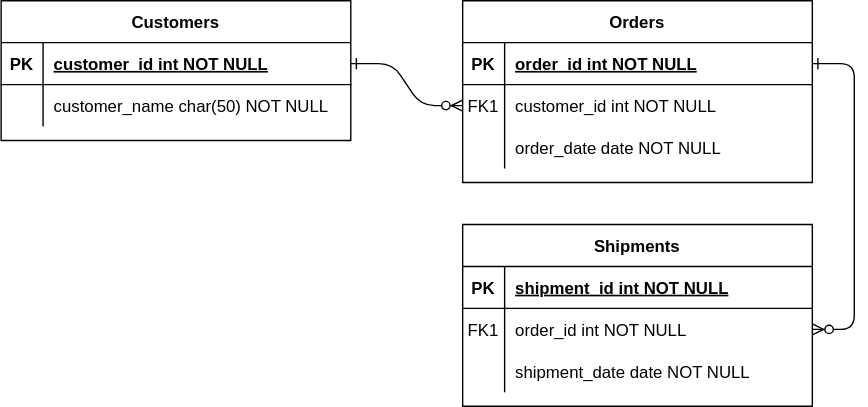
Above: document/borad-project-erd.svg in juhwan-Ki/board-project (draw.io), before the change. Source tidied: cells renumbered, new cells last; positions are measured from the earlier drawing's top-left corner, leaving out a move shared by most shapes. Source of this version:
```xml
<mxGraphModel>
  <root>
    <mxCell id="0" />
    <mxCell id="1" parent="0" />
    <mxCell id="2" style="edgeStyle=entityRelationEdgeStyle;endArrow=ERzeroToMany;startArrow=ERone;endFill=1;startFill=0;" parent="1" edge="1" source="25" target="8">
      <mxGeometry relative="1" as="geometry" />
    </mxCell>
    <mxCell id="3" style="edgeStyle=entityRelationEdgeStyle;endArrow=ERzeroToMany;startArrow=ERone;endFill=1;startFill=0;" parent="1" edge="1" source="5" target="18">
      <mxGeometry relative="1" as="geometry" />
    </mxCell>
    <mxCell id="4" value="Orders" style="shape=table;startSize=30;rowLines=0;fontStyle=1;align=center;" parent="1" vertex="1">
      <mxGeometry x="330" width="250" height="130" as="geometry" />
    </mxCell>
    <mxCell id="5" style="shape=partialRectangle;fillColor=none;points=[[0,0.5],[1,0.5]];portConstraint=eastwest;top=0;left=0;right=0;bottom=1;" parent="4" vertex="1">
      <mxGeometry y="30" width="250" height="30" as="geometry" />
    </mxCell>
    <mxCell id="6" value="PK" style="shape=partialRectangle;overflow=hidden;fillColor=none;top=0;left=0;bottom=0;right=0;fontStyle=1;" parent="5" vertex="1">
      <mxGeometry width="30" height="30" as="geometry" />
    </mxCell>
    <mxCell id="7" value="order_id int NOT NULL " style="shape=partialRectangle;overflow=hidden;fillColor=none;top=0;left=0;bottom=0;right=0;align=left;spacingLeft=6;fontStyle=5;" parent="5" vertex="1">
      <mxGeometry x="30" width="220" height="30" as="geometry" />
    </mxCell>
    <mxCell id="8" style="shape=partialRectangle;fillColor=none;points=[[0,0.5],[1,0.5]];portConstraint=eastwest;top=0;left=0;right=0;bottom=0;" parent="4" vertex="1">
      <mxGeometry y="60" width="250" height="30" as="geometry" />
    </mxCell>
    <mxCell id="9" value="FK1" style="shape=partialRectangle;overflow=hidden;fillColor=none;top=0;left=0;bottom=0;right=0;" parent="8" vertex="1">
      <mxGeometry width="30" height="30" as="geometry" />
    </mxCell>
    <mxCell id="10" value="customer_id int NOT NULL" style="shape=partialRectangle;overflow=hidden;fillColor=none;top=0;left=0;bottom=0;right=0;align=left;spacingLeft=6;" parent="8" vertex="1">
      <mxGeometry x="30" width="220" height="30" as="geometry" />
    </mxCell>
    <mxCell id="11" style="shape=partialRectangle;fillColor=none;top=0;left=0;right=0;bottom=0;" parent="4" vertex="1">
      <mxGeometry y="90" width="250" height="30" as="geometry" />
    </mxCell>
    <mxCell id="12" style="shape=partialRectangle;overflow=hidden;fillColor=none;top=0;left=0;bottom=0;right=0;" parent="11" vertex="1">
      <mxGeometry width="30" height="30" as="geometry" />
    </mxCell>
    <mxCell id="13" value="order_date date NOT NULL" style="shape=partialRectangle;overflow=hidden;fillColor=none;top=0;left=0;bottom=0;right=0;align=left;spacingLeft=6;" parent="11" vertex="1">
      <mxGeometry x="30" width="220" height="30" as="geometry" />
    </mxCell>
    <mxCell id="14" value="Shipments" style="shape=table;startSize=30;rowLines=0;fontStyle=1;align=center;" parent="1" vertex="1">
      <mxGeometry x="330" y="160" width="250" height="130" as="geometry" />
    </mxCell>
    <mxCell id="15" style="shape=partialRectangle;fillColor=none;top=0;left=0;right=0;bottom=1;" parent="14" vertex="1">
      <mxGeometry y="30" width="250" height="30" as="geometry" />
    </mxCell>
    <mxCell id="16" value="PK" style="shape=partialRectangle;overflow=hidden;fillColor=none;top=0;left=0;bottom=0;right=0;fontStyle=1;" parent="15" vertex="1">
      <mxGeometry width="30" height="30" as="geometry" />
    </mxCell>
    <mxCell id="17" value="shipment_id int NOT NULL " style="shape=partialRectangle;overflow=hidden;fillColor=none;top=0;left=0;bottom=0;right=0;align=left;spacingLeft=6;fontStyle=5;" parent="15" vertex="1">
      <mxGeometry x="30" width="220" height="30" as="geometry" />
    </mxCell>
    <mxCell id="18" style="shape=partialRectangle;fillColor=none;points=[[0,0.5],[1,0.5]];portConstraint=eastwest;top=0;left=0;right=0;bottom=0;" parent="14" vertex="1">
      <mxGeometry y="60" width="250" height="30" as="geometry" />
    </mxCell>
    <mxCell id="19" value="FK1" style="shape=partialRectangle;overflow=hidden;fillColor=none;top=0;left=0;bottom=0;right=0;" parent="18" vertex="1">
      <mxGeometry width="30" height="30" as="geometry" />
    </mxCell>
    <mxCell id="20" value="order_id int NOT NULL" style="shape=partialRectangle;overflow=hidden;fillColor=none;top=0;left=0;bottom=0;right=0;align=left;spacingLeft=6;" parent="18" vertex="1">
      <mxGeometry x="30" width="220" height="30" as="geometry" />
    </mxCell>
    <mxCell id="21" style="shape=partialRectangle;fillColor=none;top=0;left=0;right=0;bottom=0;" parent="14" vertex="1">
      <mxGeometry y="90" width="250" height="30" as="geometry" />
    </mxCell>
    <mxCell id="22" style="shape=partialRectangle;overflow=hidden;fillColor=none;top=0;left=0;bottom=0;right=0;" parent="21" vertex="1">
      <mxGeometry width="30" height="30" as="geometry" />
    </mxCell>
    <mxCell id="23" value="shipment_date date NOT NULL" style="shape=partialRectangle;overflow=hidden;fillColor=none;top=0;left=0;bottom=0;right=0;align=left;spacingLeft=6;" parent="21" vertex="1">
      <mxGeometry x="30" width="220" height="30" as="geometry" />
    </mxCell>
    <mxCell id="24" value="Customers" style="shape=table;startSize=30;rowLines=0;fontStyle=1;align=center;" parent="1" vertex="1">
      <mxGeometry width="250" height="100" as="geometry" />
    </mxCell>
    <mxCell id="25" style="shape=partialRectangle;fillColor=none;points=[[0,0.5],[1,0.5]];portConstraint=eastwest;top=0;left=0;right=0;bottom=1;" parent="24" vertex="1">
      <mxGeometry y="30" width="250" height="30" as="geometry" />
    </mxCell>
    <mxCell id="26" value="PK" style="shape=partialRectangle;overflow=hidden;fillColor=none;top=0;left=0;bottom=0;right=0;fontStyle=1;" parent="25" vertex="1">
      <mxGeometry width="30" height="30" as="geometry" />
    </mxCell>
    <mxCell id="27" value="customer_id int NOT NULL " style="shape=partialRectangle;overflow=hidden;fillColor=none;top=0;left=0;bottom=0;right=0;align=left;spacingLeft=6;fontStyle=5;" parent="25" vertex="1">
      <mxGeometry x="30" width="220" height="30" as="geometry" />
    </mxCell>
    <mxCell id="28" style="shape=partialRectangle;fillColor=none;top=0;left=0;right=0;bottom=0;" parent="24" vertex="1">
      <mxGeometry y="60" width="250" height="30" as="geometry" />
    </mxCell>
    <mxCell id="29" style="shape=partialRectangle;overflow=hidden;fillColor=none;top=0;left=0;bottom=0;right=0;" parent="28" vertex="1">
      <mxGeometry width="30" height="30" as="geometry" />
    </mxCell>
    <mxCell id="30" value="customer_name char(50) NOT NULL" style="shape=partialRectangle;overflow=hidden;fillColor=none;top=0;left=0;bottom=0;right=0;align=left;spacingLeft=6;" parent="28" vertex="1">
      <mxGeometry x="30" width="220" height="30" as="geometry" />
    </mxCell>
  </root>
</mxGraphModel>
```
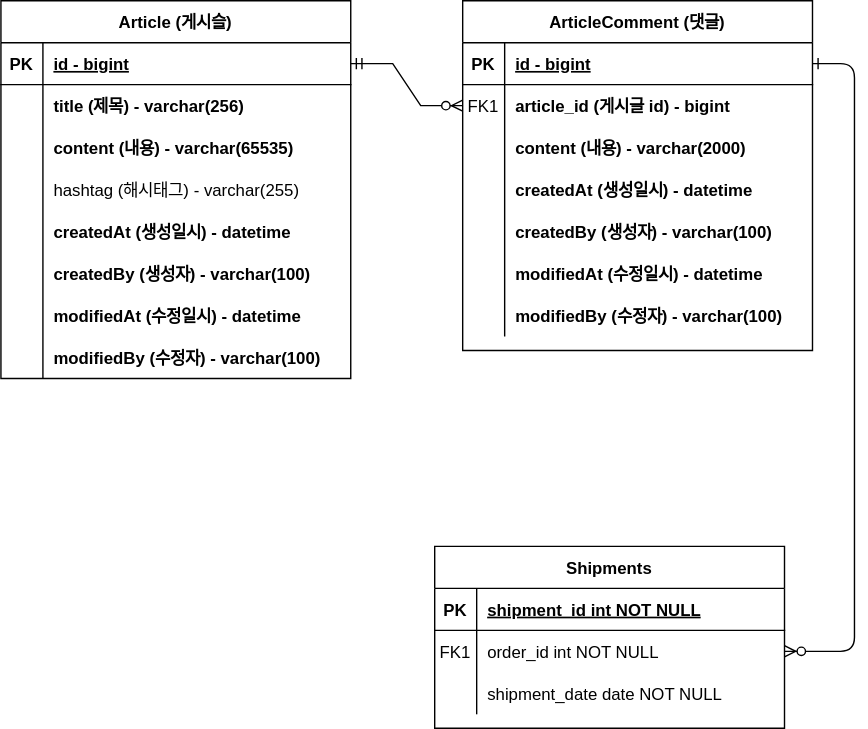
The same diagram one commit later.

Diff of the diagram source:
```diff
@@ -2,14 +2,11 @@
   <root>
     <mxCell id="0" />
     <mxCell id="1" parent="0" />
-    <mxCell id="2" style="edgeStyle=entityRelationEdgeStyle;endArrow=ERzeroToMany;startArrow=ERone;endFill=1;startFill=0;" parent="1" edge="1" source="25" target="8">
-      <mxGeometry relative="1" as="geometry" />
-    </mxCell>
     <mxCell id="3" style="edgeStyle=entityRelationEdgeStyle;endArrow=ERzeroToMany;startArrow=ERone;endFill=1;startFill=0;" parent="1" edge="1" source="5" target="18">
       <mxGeometry relative="1" as="geometry" />
     </mxCell>
-    <mxCell id="4" value="Orders" style="shape=table;startSize=30;rowLines=0;fontStyle=1;align=center;" parent="1" vertex="1">
-      <mxGeometry x="330" width="250" height="130" as="geometry" />
+    <mxCell id="4" value="ArticleComment (댓글)" style="shape=table;startSize=30;rowLines=0;fontStyle=1;align=center;" parent="1" vertex="1">
+      <mxGeometry x="330" width="250" height="250" as="geometry" />
     </mxCell>
     <mxCell id="5" style="shape=partialRectangle;fillColor=none;points=[[0,0.5],[1,0.5]];portConstraint=eastwest;top=0;left=0;right=0;bottom=1;" parent="4" vertex="1">
       <mxGeometry y="30" width="250" height="30" as="geometry" />
@@ -17,7 +14,7 @@
     <mxCell id="6" value="PK" style="shape=partialRectangle;overflow=hidden;fillColor=none;top=0;left=0;bottom=0;right=0;fontStyle=1;" parent="5" vertex="1">
       <mxGeometry width="30" height="30" as="geometry" />
     </mxCell>
-    <mxCell id="7" value="order_id int NOT NULL " style="shape=partialRectangle;overflow=hidden;fillColor=none;top=0;left=0;bottom=0;right=0;align=left;spacingLeft=6;fontStyle=5;" parent="5" vertex="1">
+    <mxCell id="7" value="id - bigint" style="shape=partialRectangle;overflow=hidden;fillColor=none;top=0;left=0;bottom=0;right=0;align=left;spacingLeft=6;fontStyle=5;" parent="5" vertex="1">
       <mxGeometry x="30" width="220" height="30" as="geometry" />
     </mxCell>
     <mxCell id="8" style="shape=partialRectangle;fillColor=none;points=[[0,0.5],[1,0.5]];portConstraint=eastwest;top=0;left=0;right=0;bottom=0;" parent="4" vertex="1">
@@ -26,7 +23,7 @@
     <mxCell id="9" value="FK1" style="shape=partialRectangle;overflow=hidden;fillColor=none;top=0;left=0;bottom=0;right=0;" parent="8" vertex="1">
       <mxGeometry width="30" height="30" as="geometry" />
     </mxCell>
-    <mxCell id="10" value="customer_id int NOT NULL" style="shape=partialRectangle;overflow=hidden;fillColor=none;top=0;left=0;bottom=0;right=0;align=left;spacingLeft=6;" parent="8" vertex="1">
+    <mxCell id="10" value="article_id (게시글 id) - bigint" style="shape=partialRectangle;overflow=hidden;fillColor=none;top=0;left=0;bottom=0;right=0;align=left;spacingLeft=6;fontStyle=1;" parent="8" vertex="1">
       <mxGeometry x="30" width="220" height="30" as="geometry" />
     </mxCell>
     <mxCell id="11" style="shape=partialRectangle;fillColor=none;top=0;left=0;right=0;bottom=0;" parent="4" vertex="1">
@@ -35,11 +32,47 @@
     <mxCell id="12" style="shape=partialRectangle;overflow=hidden;fillColor=none;top=0;left=0;bottom=0;right=0;" parent="11" vertex="1">
       <mxGeometry width="30" height="30" as="geometry" />
     </mxCell>
-    <mxCell id="13" value="order_date date NOT NULL" style="shape=partialRectangle;overflow=hidden;fillColor=none;top=0;left=0;bottom=0;right=0;align=left;spacingLeft=6;" parent="11" vertex="1">
+    <mxCell id="13" value="content (내용) - varchar(2000)" style="shape=partialRectangle;overflow=hidden;fillColor=none;top=0;left=0;bottom=0;right=0;align=left;spacingLeft=6;fontStyle=1;" parent="11" vertex="1">
       <mxGeometry x="30" width="220" height="30" as="geometry" />
     </mxCell>
+    <mxCell id="31" style="shape=partialRectangle;fillColor=none;top=0;left=0;right=0;bottom=0;" parent="4" vertex="1">
+      <mxGeometry y="120" width="250" height="30" as="geometry" />
+    </mxCell>
+    <mxCell id="32" style="shape=partialRectangle;overflow=hidden;fillColor=none;top=0;left=0;bottom=0;right=0;" parent="31" vertex="1">
+      <mxGeometry width="30" height="30" as="geometry" />
+    </mxCell>
+    <mxCell id="33" value="createdAt (생성일시) - datetime" style="shape=partialRectangle;overflow=hidden;fillColor=none;top=0;left=0;bottom=0;right=0;align=left;spacingLeft=6;fontStyle=1;" parent="31" vertex="1">
+      <mxGeometry x="30" width="220" height="30" as="geometry" />
+    </mxCell>
+    <mxCell id="34" style="shape=partialRectangle;fillColor=none;top=0;left=0;right=0;bottom=0;" parent="4" vertex="1">
+      <mxGeometry y="150" width="250" height="30" as="geometry" />
+    </mxCell>
+    <mxCell id="35" style="shape=partialRectangle;overflow=hidden;fillColor=none;top=0;left=0;bottom=0;right=0;" parent="34" vertex="1">
+      <mxGeometry width="30" height="30" as="geometry" />
+    </mxCell>
+    <mxCell id="36" value="createdBy (생성자) - varchar(100)" style="shape=partialRectangle;overflow=hidden;fillColor=none;top=0;left=0;bottom=0;right=0;align=left;spacingLeft=6;fontStyle=1;" parent="34" vertex="1">
+      <mxGeometry x="30" width="220" height="30" as="geometry" />
+    </mxCell>
+    <mxCell id="37" style="shape=partialRectangle;fillColor=none;top=0;left=0;right=0;bottom=0;" parent="4" vertex="1">
+      <mxGeometry y="180" width="250" height="30" as="geometry" />
+    </mxCell>
+    <mxCell id="38" style="shape=partialRectangle;overflow=hidden;fillColor=none;top=0;left=0;bottom=0;right=0;" parent="37" vertex="1">
+      <mxGeometry width="30" height="30" as="geometry" />
+    </mxCell>
+    <mxCell id="39" value="modifiedAt (수정일시) - datetime" style="shape=partialRectangle;overflow=hidden;fillColor=none;top=0;left=0;bottom=0;right=0;align=left;spacingLeft=6;fontStyle=1;" parent="37" vertex="1">
+      <mxGeometry x="30" width="220" height="30" as="geometry" />
+    </mxCell>
+    <mxCell id="40" style="shape=partialRectangle;fillColor=none;top=0;left=0;right=0;bottom=0;" parent="4" vertex="1">
+      <mxGeometry y="210" width="250" height="30" as="geometry" />
+    </mxCell>
+    <mxCell id="41" style="shape=partialRectangle;overflow=hidden;fillColor=none;top=0;left=0;bottom=0;right=0;" parent="40" vertex="1">
+      <mxGeometry width="30" height="30" as="geometry" />
+    </mxCell>
+    <mxCell id="42" value="modifiedBy (수정자) - varchar(100)" style="shape=partialRectangle;overflow=hidden;fillColor=none;top=0;left=0;bottom=0;right=0;align=left;spacingLeft=6;fontStyle=1;" parent="40" vertex="1">
+      <mxGeometry x="30" width="220" height="30" as="geometry" />
+    </mxCell>
     <mxCell id="14" value="Shipments" style="shape=table;startSize=30;rowLines=0;fontStyle=1;align=center;" parent="1" vertex="1">
-      <mxGeometry x="330" y="160" width="250" height="130" as="geometry" />
+      <mxGeometry x="310" y="390" width="250" height="130" as="geometry" />
     </mxCell>
     <mxCell id="15" style="shape=partialRectangle;fillColor=none;top=0;left=0;right=0;bottom=1;" parent="14" vertex="1">
       <mxGeometry y="30" width="250" height="30" as="geometry" />
@@ -68,8 +101,8 @@
     <mxCell id="23" value="shipment_date date NOT NULL" style="shape=partialRectangle;overflow=hidden;fillColor=none;top=0;left=0;bottom=0;right=0;align=left;spacingLeft=6;" parent="21" vertex="1">
       <mxGeometry x="30" width="220" height="30" as="geometry" />
     </mxCell>
-    <mxCell id="24" value="Customers" style="shape=table;startSize=30;rowLines=0;fontStyle=1;align=center;" parent="1" vertex="1">
-      <mxGeometry width="250" height="100" as="geometry" />
+    <mxCell id="24" value="Article (게시슬)" style="shape=table;startSize=30;rowLines=0;fontStyle=1;align=center;" parent="1" vertex="1">
+      <mxGeometry width="250" height="270" as="geometry" />
     </mxCell>
     <mxCell id="25" style="shape=partialRectangle;fillColor=none;points=[[0,0.5],[1,0.5]];portConstraint=eastwest;top=0;left=0;right=0;bottom=1;" parent="24" vertex="1">
       <mxGeometry y="30" width="250" height="30" as="geometry" />
@@ -77,7 +110,7 @@
     <mxCell id="26" value="PK" style="shape=partialRectangle;overflow=hidden;fillColor=none;top=0;left=0;bottom=0;right=0;fontStyle=1;" parent="25" vertex="1">
       <mxGeometry width="30" height="30" as="geometry" />
     </mxCell>
-    <mxCell id="27" value="customer_id int NOT NULL " style="shape=partialRectangle;overflow=hidden;fillColor=none;top=0;left=0;bottom=0;right=0;align=left;spacingLeft=6;fontStyle=5;" parent="25" vertex="1">
+    <mxCell id="27" value="id - bigint" style="shape=partialRectangle;overflow=hidden;fillColor=none;top=0;left=0;bottom=0;right=0;align=left;spacingLeft=6;fontStyle=5;" parent="25" vertex="1">
       <mxGeometry x="30" width="220" height="30" as="geometry" />
     </mxCell>
     <mxCell id="28" style="shape=partialRectangle;fillColor=none;top=0;left=0;right=0;bottom=0;" parent="24" vertex="1">
@@ -86,8 +119,65 @@
     <mxCell id="29" style="shape=partialRectangle;overflow=hidden;fillColor=none;top=0;left=0;bottom=0;right=0;" parent="28" vertex="1">
       <mxGeometry width="30" height="30" as="geometry" />
     </mxCell>
-    <mxCell id="30" value="customer_name char(50) NOT NULL" style="shape=partialRectangle;overflow=hidden;fillColor=none;top=0;left=0;bottom=0;right=0;align=left;spacingLeft=6;" parent="28" vertex="1">
+    <mxCell id="30" value="title (제목) - varchar(256)" style="shape=partialRectangle;overflow=hidden;fillColor=none;top=0;left=0;bottom=0;right=0;align=left;spacingLeft=6;fontStyle=1;" parent="28" vertex="1">
       <mxGeometry x="30" width="220" height="30" as="geometry" />
     </mxCell>
+    <mxCell id="43" style="shape=partialRectangle;fillColor=none;top=0;left=0;right=0;bottom=0;" parent="24" vertex="1">
+      <mxGeometry y="90" width="250" height="30" as="geometry" />
+    </mxCell>
+    <mxCell id="44" style="shape=partialRectangle;overflow=hidden;fillColor=none;top=0;left=0;bottom=0;right=0;" parent="43" vertex="1">
+      <mxGeometry width="30" height="30" as="geometry" />
+    </mxCell>
+    <mxCell id="45" value="content (내용) - varchar(65535)" style="shape=partialRectangle;overflow=hidden;fillColor=none;top=0;left=0;bottom=0;right=0;align=left;spacingLeft=6;fontStyle=1;" parent="43" vertex="1">
+      <mxGeometry x="30" width="220" height="30" as="geometry" />
+    </mxCell>
+    <mxCell id="46" style="shape=partialRectangle;fillColor=none;top=0;left=0;right=0;bottom=0;" parent="24" vertex="1">
+      <mxGeometry y="120" width="250" height="30" as="geometry" />
+    </mxCell>
+    <mxCell id="47" style="shape=partialRectangle;overflow=hidden;fillColor=none;top=0;left=0;bottom=0;right=0;" parent="46" vertex="1">
+      <mxGeometry width="30" height="30" as="geometry" />
+    </mxCell>
+    <mxCell id="48" value="hashtag (해시태그) - varchar(255)" style="shape=partialRectangle;overflow=hidden;fillColor=none;top=0;left=0;bottom=0;right=0;align=left;spacingLeft=6;" parent="46" vertex="1">
+      <mxGeometry x="30" width="220" height="30" as="geometry" />
+    </mxCell>
+    <mxCell id="49" style="shape=partialRectangle;fillColor=none;top=0;left=0;right=0;bottom=0;" parent="24" vertex="1">
+      <mxGeometry y="150" width="250" height="30" as="geometry" />
+    </mxCell>
+    <mxCell id="50" style="shape=partialRectangle;overflow=hidden;fillColor=none;top=0;left=0;bottom=0;right=0;" parent="49" vertex="1">
+      <mxGeometry width="30" height="30" as="geometry" />
+    </mxCell>
+    <mxCell id="51" value="createdAt (생성일시) - datetime" style="shape=partialRectangle;overflow=hidden;fillColor=none;top=0;left=0;bottom=0;right=0;align=left;spacingLeft=6;fontStyle=1;" parent="49" vertex="1">
+      <mxGeometry x="30" width="220" height="30" as="geometry" />
+    </mxCell>
+    <mxCell id="52" style="shape=partialRectangle;fillColor=none;top=0;left=0;right=0;bottom=0;" parent="24" vertex="1">
+      <mxGeometry y="180" width="250" height="30" as="geometry" />
+    </mxCell>
+    <mxCell id="53" style="shape=partialRectangle;overflow=hidden;fillColor=none;top=0;left=0;bottom=0;right=0;" parent="52" vertex="1">
+      <mxGeometry width="30" height="30" as="geometry" />
+    </mxCell>
+    <mxCell id="54" value="createdBy (생성자) - varchar(100)" style="shape=partialRectangle;overflow=hidden;fillColor=none;top=0;left=0;bottom=0;right=0;align=left;spacingLeft=6;fontStyle=1;" parent="52" vertex="1">
+      <mxGeometry x="30" width="220" height="30" as="geometry" />
+    </mxCell>
+    <mxCell id="55" style="shape=partialRectangle;fillColor=none;top=0;left=0;right=0;bottom=0;" parent="24" vertex="1">
+      <mxGeometry y="210" width="250" height="30" as="geometry" />
+    </mxCell>
+    <mxCell id="56" style="shape=partialRectangle;overflow=hidden;fillColor=none;top=0;left=0;bottom=0;right=0;" parent="55" vertex="1">
+      <mxGeometry width="30" height="30" as="geometry" />
+    </mxCell>
+    <mxCell id="57" value="modifiedAt (수정일시) - datetime" style="shape=partialRectangle;overflow=hidden;fillColor=none;top=0;left=0;bottom=0;right=0;align=left;spacingLeft=6;fontStyle=1;" parent="55" vertex="1">
+      <mxGeometry x="30" width="220" height="30" as="geometry" />
+    </mxCell>
+    <mxCell id="58" style="shape=partialRectangle;fillColor=none;top=0;left=0;right=0;bottom=0;" parent="24" vertex="1">
+      <mxGeometry y="240" width="250" height="30" as="geometry" />
+    </mxCell>
+    <mxCell id="59" style="shape=partialRectangle;overflow=hidden;fillColor=none;top=0;left=0;bottom=0;right=0;" parent="58" vertex="1">
+      <mxGeometry width="30" height="30" as="geometry" />
+    </mxCell>
+    <mxCell id="60" value="modifiedBy (수정자) - varchar(100)" style="shape=partialRectangle;overflow=hidden;fillColor=none;top=0;left=0;bottom=0;right=0;align=left;spacingLeft=6;fontStyle=1;" parent="58" vertex="1">
+      <mxGeometry x="30" width="220" height="30" as="geometry" />
+    </mxCell>
+    <mxCell id="2" style="edgeStyle=entityRelationEdgeStyle;fontSize=12;html=1;endArrow=ERzeroToMany;startArrow=ERmandOne;rounded=0;exitX=1;exitY=0.5;exitDx=0;exitDy=0;entryX=0;entryY=0.5;entryDx=0;entryDy=0;" parent="1" edge="1" source="25" target="8">
+      <mxGeometry relative="1" as="geometry" />
+    </mxCell>
   </root>
 </mxGraphModel>
```
